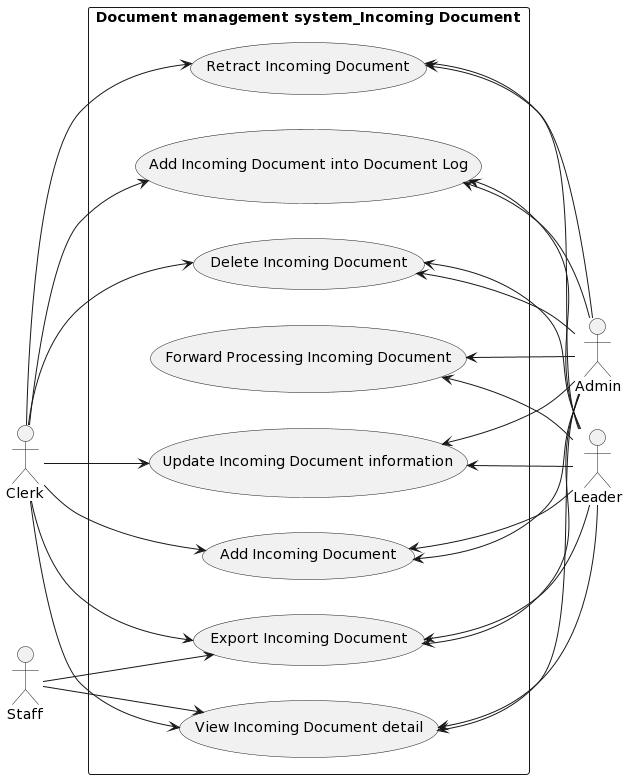
Before: Lab1/Lab1.2/UseCaseDiagram/Incoming Document UseCase/Incoming Document UseCase.png, a diagram exported from PlantUML (khoapham1003/SE357-Pratice-class).
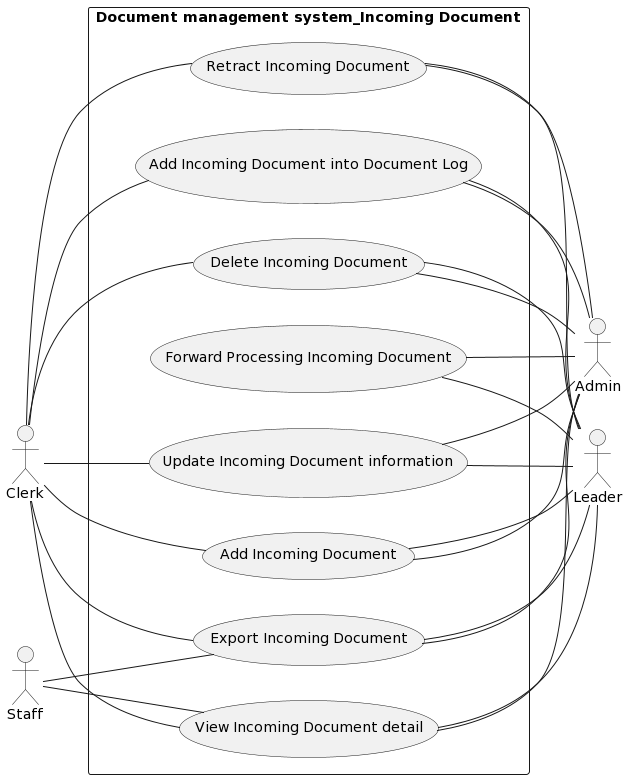
The same file after the commit.

Diff of the diagram source:
```diff
@@ -9,33 +9,33 @@
 rectangle "Document management system_Incoming Document" {
 
 
-Admin -up-> (Forward Processing Incoming Document)
-Admin -up-> (Add Incoming Document)
-Admin -up-> (Update Incoming Document information)
-Admin -up-> (Delete Incoming Document)
-Admin -up-> (View Incoming Document detail)
-Admin -up-> (Export Incoming Document)
-Admin -up-> (Add Incoming Document into Document Log)
-Admin -up-> (Retract Incoming Document)
+Admin -up- (Forward Processing Incoming Document)
+Admin -up- (Add Incoming Document)
+Admin -up- (Update Incoming Document information)
+Admin -up- (Delete Incoming Document)
+Admin -up- (View Incoming Document detail)
+Admin -up- (Export Incoming Document)
+Admin -up- (Add Incoming Document into Document Log)
+Admin -up- (Retract Incoming Document)
 
-Leader -up-> (Forward Processing Incoming Document)
-Leader -up-> (Add Incoming Document)
-Leader -up-> (Update Incoming Document information)
-Leader -up-> (Delete Incoming Document)
-Leader -up-> (View Incoming Document detail)
-Leader -up-> (Export Incoming Document)
-Leader -up-> (Add Incoming Document into Document Log)
-Leader -up-> (Retract Incoming Document)
+Leader -up- (Forward Processing Incoming Document)
+Leader -up- (Add Incoming Document)
+Leader -up- (Update Incoming Document information)
+Leader -up- (Delete Incoming Document)
+Leader -up- (View Incoming Document detail)
+Leader -up- (Export Incoming Document)
+Leader -up- (Add Incoming Document into Document Log)
+Leader -up- (Retract Incoming Document)
 
-Clerk --> (Add Incoming Document)
-Clerk --> (Update Incoming Document information)
-Clerk --> (Delete Incoming Document)
-Clerk --> (View Incoming Document detail)
-Clerk --> (Export Incoming Document)
-Clerk --> (Add Incoming Document into Document Log)
-Clerk --> (Retract Incoming Document)
+Clerk -- (Add Incoming Document)
+Clerk -- (Update Incoming Document information)
+Clerk -- (Delete Incoming Document)
+Clerk -- (View Incoming Document detail)
+Clerk -- (Export Incoming Document)
+Clerk -- (Add Incoming Document into Document Log)
+Clerk -- (Retract Incoming Document)
 
-Staff --> (View Incoming Document detail)
-Staff --> (Export Incoming Document)
+Staff -- (View Incoming Document detail)
+Staff -- (Export Incoming Document)
 }
 @enduml
```
